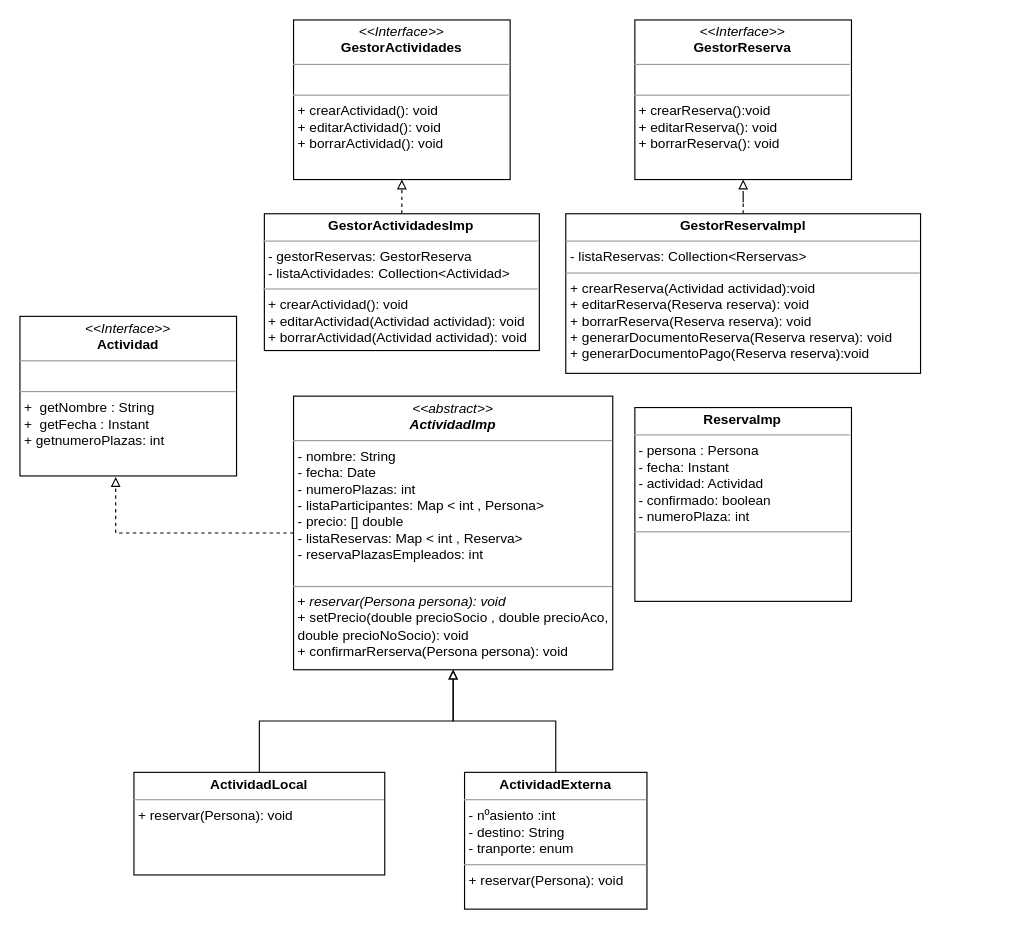
Earlier version of the draw.io diagram Diagramas/ALUMA modelo Domino.drawio (Rechus/Aluma-Back). Source tidied: cells renumbered, new cells numbered last; positions are measured from the earlier drawing's top-left corner, leaving out a move shared by most shapes. Both pictures are drawn from the tidied source at 114%, with x=0, y=0 at pixel (19, 19).
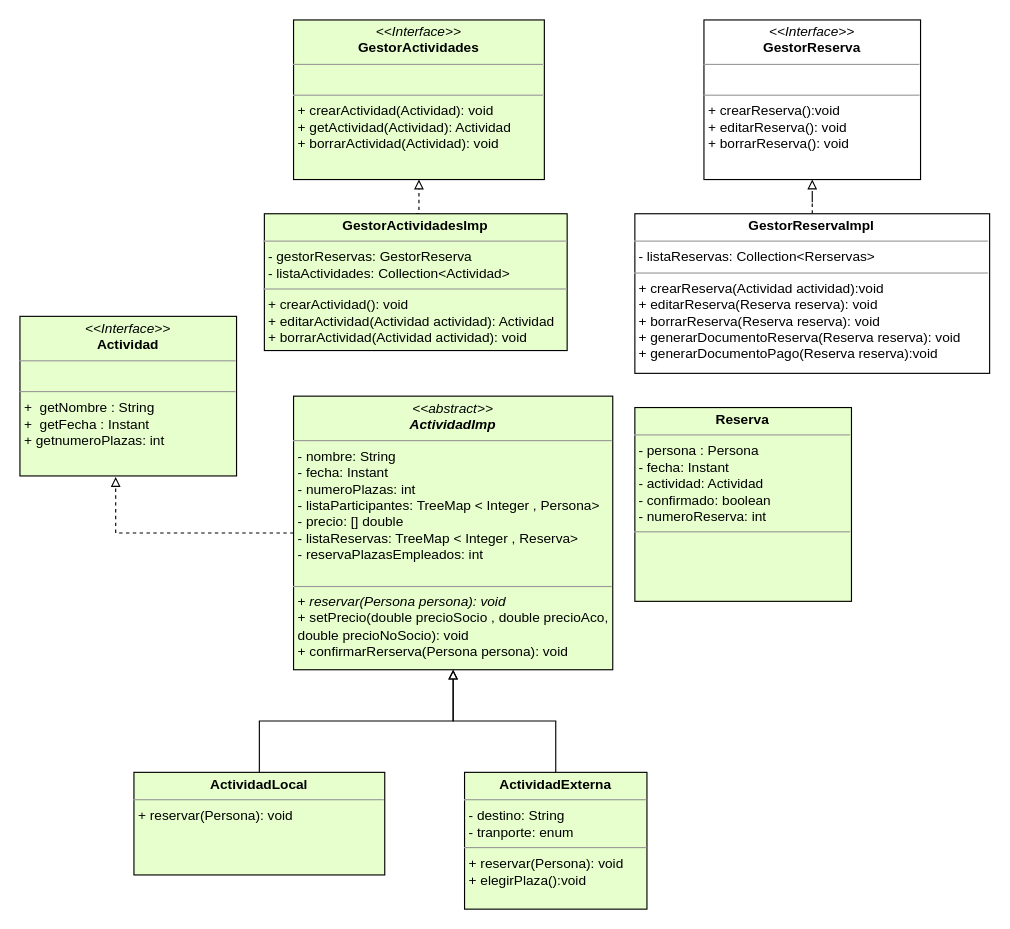
Above is the later version.

The edit, as a diff of the source:
```diff
@@
 <mxGraphModel>
   <root>
     <mxCell id="0" />
     <mxCell id="1" parent="0" />
-    <mxCell id="2" value="&lt;p style=&quot;margin: 0px ; margin-top: 4px ; text-align: center&quot;&gt;&lt;i&gt;&amp;lt;&amp;lt;Interface&amp;gt;&amp;gt;&lt;/i&gt;&lt;br&gt;&lt;b&gt;GestorActividades&lt;/b&gt;&lt;/p&gt;&lt;hr size=&quot;1&quot;&gt;&lt;p style=&quot;margin: 0px ; margin-left: 4px&quot;&gt;&lt;br&gt;&lt;/p&gt;&lt;hr size=&quot;1&quot;&gt;&lt;p style=&quot;margin: 0px ; margin-left: 4px&quot;&gt;+ crearActividad(): void&lt;/p&gt;&lt;p style=&quot;margin: 0px ; margin-left: 4px&quot;&gt;+ editarActividad(): void&lt;/p&gt;&lt;p style=&quot;margin: 0px ; margin-left: 4px&quot;&gt;+ borrarActividad(): void&lt;br&gt;&lt;/p&gt;" style="verticalAlign=top;align=left;overflow=fill;fontSize=12;fontFamily=Helvetica;html=1;" parent="1" vertex="1">
-      <mxGeometry x="240" width="190" height="140" as="geometry" />
+    <mxCell id="2" value="&lt;p style=&quot;margin: 0px ; margin-top: 4px ; text-align: center&quot;&gt;&lt;i&gt;&amp;lt;&amp;lt;Interface&amp;gt;&amp;gt;&lt;/i&gt;&lt;br&gt;&lt;b&gt;GestorActividades&lt;/b&gt;&lt;/p&gt;&lt;hr size=&quot;1&quot;&gt;&lt;p style=&quot;margin: 0px ; margin-left: 4px&quot;&gt;&lt;br&gt;&lt;/p&gt;&lt;hr size=&quot;1&quot;&gt;&lt;p style=&quot;margin: 0px ; margin-left: 4px&quot;&gt;+ crearActividad(Actividad): void&lt;/p&gt;&lt;p style=&quot;margin: 0px ; margin-left: 4px&quot;&gt;+ getActividad(Actividad): Actividad&lt;/p&gt;&lt;p style=&quot;margin: 0px ; margin-left: 4px&quot;&gt;+ borrarActividad(Actividad): void&lt;br&gt;&lt;/p&gt;" style="verticalAlign=top;align=left;overflow=fill;fontSize=12;fontFamily=Helvetica;html=1;fillColor=#E6FFCC;" parent="1" vertex="1">
+      <mxGeometry x="240" width="220" height="140" as="geometry" />
     </mxCell>
     <mxCell id="3" style="edgeStyle=orthogonalEdgeStyle;rounded=0;jettySize=auto;html=1;exitX=0.5;exitY=0;exitDx=0;exitDy=0;entryX=0.5;entryY=1;entryDx=0;entryDy=0;dashed=1;endArrow=block;endFill=0;" parent="1" edge="1" source="4" target="2">
       <mxGeometry relative="1" as="geometry" />
     </mxCell>
-    <mxCell id="4" value="&lt;p style=&quot;margin: 0px ; margin-top: 4px ; text-align: center&quot;&gt;&lt;b&gt;GestorActividadesImp&lt;/b&gt;&lt;/p&gt;&lt;hr size=&quot;1&quot;&gt;&lt;p style=&quot;margin: 0px ; margin-left: 4px&quot;&gt;- gestorReservas: GestorReserva&lt;/p&gt;&lt;p style=&quot;margin: 0px ; margin-left: 4px&quot;&gt;- listaActividades: Collection&amp;lt;Actividad&amp;gt;&lt;/p&gt;&lt;hr size=&quot;1&quot;&gt;&lt;p style=&quot;margin: 0px 0px 0px 4px&quot;&gt;+ crearActividad(): void&lt;/p&gt;&lt;p style=&quot;margin: 0px 0px 0px 4px&quot;&gt;+ editarActividad(Actividad actividad): void&lt;/p&gt;&lt;p style=&quot;margin: 0px 0px 0px 4px&quot;&gt;+ borrarActividad(Actividad actividad): void&lt;/p&gt;" style="verticalAlign=top;align=left;overflow=fill;fontSize=12;fontFamily=Helvetica;html=1;" parent="1" vertex="1">
-      <mxGeometry x="214.4" y="170" width="241.2" height="120" as="geometry" />
+    <mxCell id="4" value="&lt;p style=&quot;margin: 0px ; margin-top: 4px ; text-align: center&quot;&gt;&lt;b&gt;GestorActividadesImp&lt;/b&gt;&lt;/p&gt;&lt;hr size=&quot;1&quot;&gt;&lt;p style=&quot;margin: 0px ; margin-left: 4px&quot;&gt;- gestorReservas: GestorReserva&lt;/p&gt;&lt;p style=&quot;margin: 0px ; margin-left: 4px&quot;&gt;- listaActividades: Collection&amp;lt;Actividad&amp;gt;&lt;/p&gt;&lt;hr size=&quot;1&quot;&gt;&lt;p style=&quot;margin: 0px 0px 0px 4px&quot;&gt;+ crearActividad(): void&lt;/p&gt;&lt;p style=&quot;margin: 0px 0px 0px 4px&quot;&gt;+ editarActividad(Actividad actividad): Actividad&lt;/p&gt;&lt;p style=&quot;margin: 0px 0px 0px 4px&quot;&gt;+ borrarActividad(Actividad actividad): void&lt;/p&gt;" style="verticalAlign=top;align=left;overflow=fill;fontSize=12;fontFamily=Helvetica;html=1;fillColor=#E6FFCC;" parent="1" vertex="1">
+      <mxGeometry x="214.4" y="170" width="265.6" height="120" as="geometry" />
     </mxCell>
     <mxCell id="5" style="edgeStyle=orthogonalEdgeStyle;rounded=0;jettySize=auto;html=1;dashed=1;endArrow=block;endFill=0;entryX=0.442;entryY=1.007;entryDx=0;entryDy=0;entryPerimeter=0;" parent="1" edge="1" source="6" target="14">
       <mxGeometry relative="1" as="geometry" />
     </mxCell>
-    <mxCell id="6" value="&lt;p style=&quot;margin: 0px ; margin-top: 4px ; text-align: center&quot;&gt;&lt;i&gt;&amp;lt;&amp;lt;abstract&amp;gt;&amp;gt;&lt;/i&gt;&lt;br&gt;&lt;b&gt;&lt;i&gt;ActividadImp&lt;/i&gt;&lt;/b&gt;&lt;/p&gt;&lt;hr size=&quot;1&quot;&gt;&lt;p style=&quot;margin: 0px ; margin-left: 4px&quot;&gt;- nombre: String&lt;br&gt;- fecha: Date&lt;/p&gt;&lt;p style=&quot;margin: 0px ; margin-left: 4px&quot;&gt;- numeroPlazas: int&lt;/p&gt;&lt;p style=&quot;margin: 0px ; margin-left: 4px&quot;&gt;- listaParticipantes: Map &amp;lt; int , Persona&amp;gt;&lt;br&gt;&lt;/p&gt;&lt;p style=&quot;margin: 0px ; margin-left: 4px&quot;&gt;- precio: [] double&lt;/p&gt;&lt;p style=&quot;margin: 0px ; margin-left: 4px&quot;&gt;- listaReservas: Map &amp;lt; int , Reserva&amp;gt;&lt;/p&gt;&lt;p style=&quot;margin: 0px ; margin-left: 4px&quot;&gt;- reservaPlazasEmpleados: int&lt;/p&gt;&lt;p style=&quot;margin: 0px ; margin-left: 4px&quot;&gt;&lt;br&gt;&lt;/p&gt;&lt;hr size=&quot;1&quot;&gt;&lt;p style=&quot;margin: 0px ; margin-left: 4px&quot;&gt;+ &lt;i&gt;reservar(Persona persona): void&lt;/i&gt;&lt;/p&gt;&lt;p style=&quot;margin: 0px ; margin-left: 4px&quot;&gt;+ setPrecio(double precioSocio , double precioAco,&lt;/p&gt;&lt;p style=&quot;margin: 0px ; margin-left: 4px&quot;&gt;double precioNoSocio): void&lt;/p&gt;&lt;p style=&quot;margin: 0px ; margin-left: 4px&quot;&gt;+ confirmarRerserva(Persona persona): void&lt;/p&gt;&lt;p style=&quot;margin: 0px ; margin-left: 4px&quot;&gt;&lt;br&gt;&lt;/p&gt;&lt;p style=&quot;margin: 0px ; margin-left: 4px&quot;&gt;&lt;br&gt;&lt;/p&gt;" style="verticalAlign=top;align=left;overflow=fill;fontSize=12;fontFamily=Helvetica;html=1;" parent="1" vertex="1">
+    <mxCell id="6" value="&lt;p style=&quot;margin: 0px ; margin-top: 4px ; text-align: center&quot;&gt;&lt;i&gt;&amp;lt;&amp;lt;abstract&amp;gt;&amp;gt;&lt;/i&gt;&lt;br&gt;&lt;b&gt;&lt;i&gt;ActividadImp&lt;/i&gt;&lt;/b&gt;&lt;/p&gt;&lt;hr size=&quot;1&quot;&gt;&lt;p style=&quot;margin: 0px ; margin-left: 4px&quot;&gt;- nombre: String&lt;br&gt;- fecha: Instant&lt;/p&gt;&lt;p style=&quot;margin: 0px ; margin-left: 4px&quot;&gt;- numeroPlazas: int&lt;/p&gt;&lt;p style=&quot;margin: 0px ; margin-left: 4px&quot;&gt;- listaParticipantes: TreeMap &amp;lt; Integer , Persona&amp;gt;&lt;br&gt;&lt;/p&gt;&lt;p style=&quot;margin: 0px ; margin-left: 4px&quot;&gt;- precio: [] double&lt;/p&gt;&lt;p style=&quot;margin: 0px ; margin-left: 4px&quot;&gt;- listaReservas: TreeMap &amp;lt; Integer , Reserva&amp;gt;&lt;/p&gt;&lt;p style=&quot;margin: 0px ; margin-left: 4px&quot;&gt;- reservaPlazasEmpleados: int&lt;/p&gt;&lt;p style=&quot;margin: 0px ; margin-left: 4px&quot;&gt;&lt;br&gt;&lt;/p&gt;&lt;hr size=&quot;1&quot;&gt;&lt;p style=&quot;margin: 0px ; margin-left: 4px&quot;&gt;+ &lt;i&gt;reservar(Persona persona): void&lt;/i&gt;&lt;/p&gt;&lt;p style=&quot;margin: 0px ; margin-left: 4px&quot;&gt;+ setPrecio(double precioSocio , double precioAco,&lt;/p&gt;&lt;p style=&quot;margin: 0px ; margin-left: 4px&quot;&gt;double precioNoSocio): void&lt;/p&gt;&lt;p style=&quot;margin: 0px ; margin-left: 4px&quot;&gt;+ confirmarRerserva(Persona persona): void&lt;/p&gt;&lt;p style=&quot;margin: 0px ; margin-left: 4px&quot;&gt;&lt;br&gt;&lt;/p&gt;&lt;p style=&quot;margin: 0px ; margin-left: 4px&quot;&gt;&lt;br&gt;&lt;/p&gt;" style="verticalAlign=top;align=left;overflow=fill;fontSize=12;fontFamily=Helvetica;html=1;fillColor=#E6FFCC;" parent="1" vertex="1">
       <mxGeometry x="240" y="330" width="280" height="240" as="geometry" />
     </mxCell>
     <mxCell id="7" style="edgeStyle=orthogonalEdgeStyle;rounded=0;jettySize=auto;html=1;exitX=0.5;exitY=0;exitDx=0;exitDy=0;endArrow=block;endFill=0;" parent="1" edge="1" source="8" target="6">
       <mxGeometry relative="1" as="geometry" />
     </mxCell>
-    <mxCell id="8" value="&lt;p style=&quot;margin: 0px ; margin-top: 4px ; text-align: center&quot;&gt;&lt;b&gt;ActividadLocal&lt;/b&gt;&lt;/p&gt;&lt;hr size=&quot;1&quot;&gt;&lt;p style=&quot;margin: 0px ; margin-left: 4px&quot;&gt;&lt;/p&gt;&lt;p style=&quot;margin: 0px ; margin-left: 4px&quot;&gt;+ reservar(Persona): void&lt;/p&gt;" style="verticalAlign=top;align=left;overflow=fill;fontSize=12;fontFamily=Helvetica;html=1;" parent="1" vertex="1">
+    <mxCell id="8" value="&lt;p style=&quot;margin: 0px ; margin-top: 4px ; text-align: center&quot;&gt;&lt;b&gt;ActividadLocal&lt;/b&gt;&lt;/p&gt;&lt;hr size=&quot;1&quot;&gt;&lt;p style=&quot;margin: 0px ; margin-left: 4px&quot;&gt;&lt;/p&gt;&lt;p style=&quot;margin: 0px ; margin-left: 4px&quot;&gt;+ reservar(Persona): void&lt;/p&gt;" style="verticalAlign=top;align=left;overflow=fill;fontSize=12;fontFamily=Helvetica;html=1;fillColor=#E6FFCC;" parent="1" vertex="1">
       <mxGeometry x="100" y="660" width="220" height="90" as="geometry" />
     </mxCell>
     <mxCell id="9" style="edgeStyle=orthogonalEdgeStyle;rounded=0;jettySize=auto;html=1;exitX=0.5;exitY=0;exitDx=0;exitDy=0;entryX=0.5;entryY=1;entryDx=0;entryDy=0;endArrow=block;endFill=0;" parent="1" edge="1" source="10" target="6">
       <mxGeometry relative="1" as="geometry" />
     </mxCell>
-    <mxCell id="10" value="&lt;p style=&quot;margin: 0px ; margin-top: 4px ; text-align: center&quot;&gt;&lt;b&gt;ActividadExterna&lt;/b&gt;&lt;/p&gt;&lt;hr size=&quot;1&quot;&gt;&lt;p style=&quot;margin: 0px ; margin-left: 4px&quot;&gt;&lt;span&gt;- nºasiento :int&lt;/span&gt;&lt;/p&gt;&lt;p style=&quot;margin: 0px ; margin-left: 4px&quot;&gt;&lt;span&gt;- destino: String&lt;/span&gt;&lt;br&gt;&lt;/p&gt;&lt;p style=&quot;margin: 0px ; margin-left: 4px&quot;&gt;- tranporte: enum&amp;nbsp;&lt;/p&gt;&lt;hr size=&quot;1&quot;&gt;&lt;p style=&quot;margin: 0px ; margin-left: 4px&quot;&gt;+ reservar(Persona): void&lt;/p&gt;" style="verticalAlign=top;align=left;overflow=fill;fontSize=12;fontFamily=Helvetica;html=1;" parent="1" vertex="1">
+    <mxCell id="10" value="&lt;p style=&quot;margin: 0px ; margin-top: 4px ; text-align: center&quot;&gt;&lt;b&gt;ActividadExterna&lt;/b&gt;&lt;/p&gt;&lt;hr size=&quot;1&quot;&gt;&lt;p style=&quot;margin: 0px ; margin-left: 4px&quot;&gt;&lt;span&gt;- destino: String&lt;/span&gt;&lt;br&gt;&lt;/p&gt;&lt;p style=&quot;margin: 0px ; margin-left: 4px&quot;&gt;- tranporte: enum&amp;nbsp;&lt;/p&gt;&lt;hr size=&quot;1&quot;&gt;&lt;p style=&quot;margin: 0px ; margin-left: 4px&quot;&gt;+ reservar(Persona): void&lt;/p&gt;&lt;p style=&quot;margin: 0px ; margin-left: 4px&quot;&gt;+ elegirPlaza():void&lt;/p&gt;" style="verticalAlign=top;align=left;overflow=fill;fontSize=12;fontFamily=Helvetica;html=1;fillColor=#E6FFCC;" parent="1" vertex="1">
       <mxGeometry x="390" y="660" width="160" height="120" as="geometry" />
     </mxCell>
     <mxCell id="11" value="&lt;p style=&quot;margin: 0px ; margin-top: 4px ; text-align: center&quot;&gt;&lt;i&gt;&amp;lt;&amp;lt;Interface&amp;gt;&amp;gt;&lt;/i&gt;&lt;br&gt;&lt;b&gt;GestorReserva&lt;/b&gt;&lt;/p&gt;&lt;hr size=&quot;1&quot;&gt;&lt;p style=&quot;margin: 0px ; margin-left: 4px&quot;&gt;&lt;br&gt;&lt;/p&gt;&lt;hr size=&quot;1&quot;&gt;&lt;p style=&quot;margin: 0px ; margin-left: 4px&quot;&gt;+ crearReserva():void&lt;/p&gt;&lt;p style=&quot;margin: 0px ; margin-left: 4px&quot;&gt;+ editarReserva(): void&lt;/p&gt;&lt;p style=&quot;margin: 0px ; margin-left: 4px&quot;&gt;+ borrarReserva(): void&lt;br&gt;&lt;/p&gt;" style="verticalAlign=top;align=left;overflow=fill;fontSize=12;fontFamily=Helvetica;html=1;" parent="1" vertex="1">
-      <mxGeometry x="539.4" width="190" height="140" as="geometry" />
+      <mxGeometry x="600" width="190" height="140" as="geometry" />
     </mxCell>
     <mxCell id="12" style="edgeStyle=orthogonalEdgeStyle;rounded=0;jettySize=auto;html=1;endArrow=block;endFill=0;dashed=1;" parent="1" edge="1" source="13" target="11">
       <mxGeometry relative="1" as="geometry" />
     </mxCell>
     <mxCell id="13" value="&lt;p style=&quot;margin: 0px ; margin-top: 4px ; text-align: center&quot;&gt;&lt;b&gt;GestorReservaImpl&lt;/b&gt;&lt;/p&gt;&lt;hr size=&quot;1&quot;&gt;&lt;p style=&quot;margin: 0px ; margin-left: 4px&quot;&gt;&lt;span&gt;- listaReservas: Collection&amp;lt;Rerservas&amp;gt;&lt;/span&gt;&lt;br&gt;&lt;/p&gt;&lt;hr size=&quot;1&quot;&gt;&lt;p style=&quot;margin: 0px 0px 0px 4px&quot;&gt;+ crearReserva(Actividad actividad):void&lt;/p&gt;&lt;p style=&quot;margin: 0px 0px 0px 4px&quot;&gt;+ editarReserva(Reserva reserva): void&lt;/p&gt;&lt;p style=&quot;margin: 0px 0px 0px 4px&quot;&gt;+ borrarReserva(Reserva reserva): void&lt;/p&gt;&lt;p style=&quot;margin: 0px 0px 0px 4px&quot;&gt;+ generarDocumentoReserva(Reserva reserva): void&lt;/p&gt;&lt;p style=&quot;margin: 0px 0px 0px 4px&quot;&gt;+ generarDocumentoPago(Reserva reserva):void&lt;/p&gt;&lt;p style=&quot;margin: 0px 0px 0px 4px&quot;&gt;&lt;br&gt;&lt;/p&gt;" style="verticalAlign=top;align=left;overflow=fill;fontSize=12;fontFamily=Helvetica;html=1;" parent="1" vertex="1">
-      <mxGeometry x="478.8" y="170" width="311.2" height="140" as="geometry" />
+      <mxGeometry x="539.4" y="170" width="311.2" height="140" as="geometry" />
     </mxCell>
-    <mxCell id="14" value="&lt;p style=&quot;margin: 0px ; margin-top: 4px ; text-align: center&quot;&gt;&lt;i&gt;&amp;lt;&amp;lt;Interface&amp;gt;&amp;gt;&lt;/i&gt;&lt;br&gt;&lt;b&gt;Actividad&lt;/b&gt;&lt;/p&gt;&lt;hr size=&quot;1&quot;&gt;&lt;p style=&quot;margin: 0px ; margin-left: 4px&quot;&gt;&lt;br&gt;&lt;/p&gt;&lt;hr size=&quot;1&quot;&gt;&lt;p style=&quot;margin: 0px ; margin-left: 4px&quot;&gt;+&amp;nbsp; getNombre : String&lt;br&gt;+&amp;nbsp; getFecha : Instant&lt;/p&gt;&lt;p style=&quot;margin: 0px ; margin-left: 4px&quot;&gt;+ getnumeroPlazas: int&lt;/p&gt;" style="verticalAlign=top;align=left;overflow=fill;fontSize=12;fontFamily=Helvetica;html=1;" parent="1" vertex="1">
+    <mxCell id="14" value="&lt;p style=&quot;margin: 0px ; margin-top: 4px ; text-align: center&quot;&gt;&lt;i&gt;&amp;lt;&amp;lt;Interface&amp;gt;&amp;gt;&lt;/i&gt;&lt;br&gt;&lt;b&gt;Actividad&lt;/b&gt;&lt;/p&gt;&lt;hr size=&quot;1&quot;&gt;&lt;p style=&quot;margin: 0px ; margin-left: 4px&quot;&gt;&lt;br&gt;&lt;/p&gt;&lt;hr size=&quot;1&quot;&gt;&lt;p style=&quot;margin: 0px ; margin-left: 4px&quot;&gt;+&amp;nbsp; getNombre : String&lt;br&gt;+&amp;nbsp; getFecha : Instant&lt;/p&gt;&lt;p style=&quot;margin: 0px ; margin-left: 4px&quot;&gt;+ getnumeroPlazas: int&lt;/p&gt;" style="verticalAlign=top;align=left;overflow=fill;fontSize=12;fontFamily=Helvetica;html=1;fillColor=#E6FFCC;" parent="1" vertex="1">
       <mxGeometry y="260" width="190" height="140" as="geometry" />
     </mxCell>
-    <mxCell id="15" value="&lt;p style=&quot;margin: 0px ; margin-top: 4px ; text-align: center&quot;&gt;&lt;b&gt;ReservaImp&lt;/b&gt;&lt;/p&gt;&lt;hr size=&quot;1&quot;&gt;&lt;p style=&quot;margin: 0px ; margin-left: 4px&quot;&gt;&lt;span&gt;- persona : Persona&amp;nbsp;&lt;/span&gt;&lt;br&gt;&lt;/p&gt;&lt;p style=&quot;margin: 0px ; margin-left: 4px&quot;&gt;- fecha: Instant&lt;/p&gt;&lt;p style=&quot;margin: 0px ; margin-left: 4px&quot;&gt;- actividad: Actividad&lt;/p&gt;&lt;p style=&quot;margin: 0px ; margin-left: 4px&quot;&gt;- confirmado: boolean&lt;/p&gt;&lt;p style=&quot;margin: 0px ; margin-left: 4px&quot;&gt;- numeroPlaza: int&lt;/p&gt;&lt;hr size=&quot;1&quot;&gt;&lt;p style=&quot;margin: 0px ; margin-left: 4px&quot;&gt;&lt;br&gt;&lt;br&gt;&lt;/p&gt;" style="verticalAlign=top;align=left;overflow=fill;fontSize=12;fontFamily=Helvetica;html=1;" parent="1" vertex="1">
+    <mxCell id="15" value="&lt;p style=&quot;margin: 0px ; margin-top: 4px ; text-align: center&quot;&gt;&lt;b&gt;Reserva&lt;/b&gt;&lt;/p&gt;&lt;hr size=&quot;1&quot;&gt;&lt;p style=&quot;margin: 0px ; margin-left: 4px&quot;&gt;&lt;span&gt;- persona : Persona&amp;nbsp;&lt;/span&gt;&lt;br&gt;&lt;/p&gt;&lt;p style=&quot;margin: 0px ; margin-left: 4px&quot;&gt;- fecha: Instant&lt;/p&gt;&lt;p style=&quot;margin: 0px ; margin-left: 4px&quot;&gt;- actividad: Actividad&lt;/p&gt;&lt;p style=&quot;margin: 0px ; margin-left: 4px&quot;&gt;- confirmado: boolean&lt;/p&gt;&lt;p style=&quot;margin: 0px ; margin-left: 4px&quot;&gt;- numeroReserva: int&lt;/p&gt;&lt;hr size=&quot;1&quot;&gt;&lt;p style=&quot;margin: 0px ; margin-left: 4px&quot;&gt;&lt;br&gt;&lt;br&gt;&lt;/p&gt;" style="verticalAlign=top;align=left;overflow=fill;fontSize=12;fontFamily=Helvetica;html=1;fillColor=#E6FFCC;" parent="1" vertex="1">
       <mxGeometry x="539.4" y="340" width="190" height="170" as="geometry" />
     </mxCell>
   </root>
 </mxGraphModel>
```
